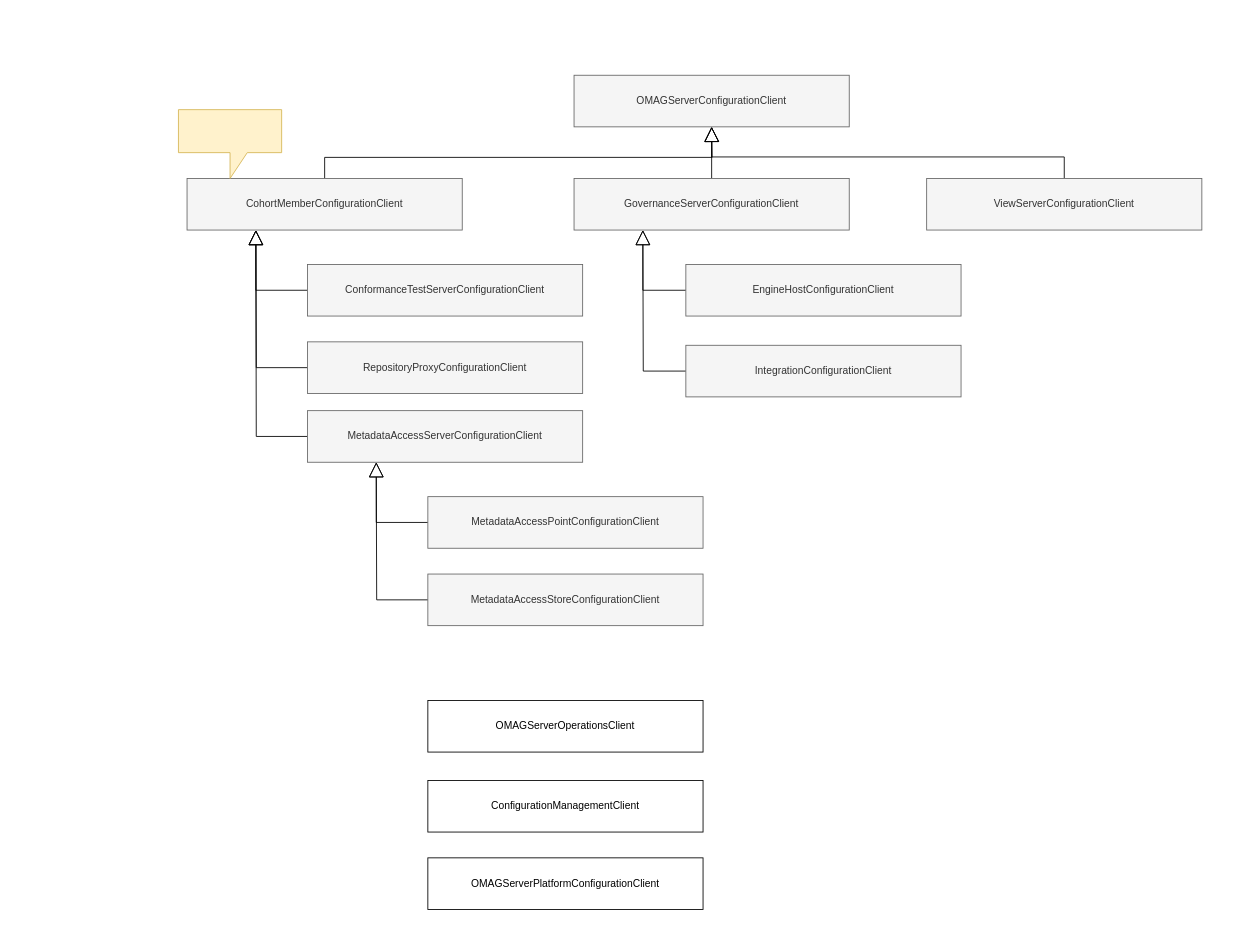
This is site/docs/services/admin-services/admin-services.drawio from odpi/egeria-docs, a draw.io file, before an edit. Source tidied: cells renumbered, new cells numbered last; positions are measured from the earlier drawing's top-left corner, leaving out a move shared by most shapes. Both pictures are drawn from the tidied source at 86%, with x=0, y=0 at pixel (178, 75).
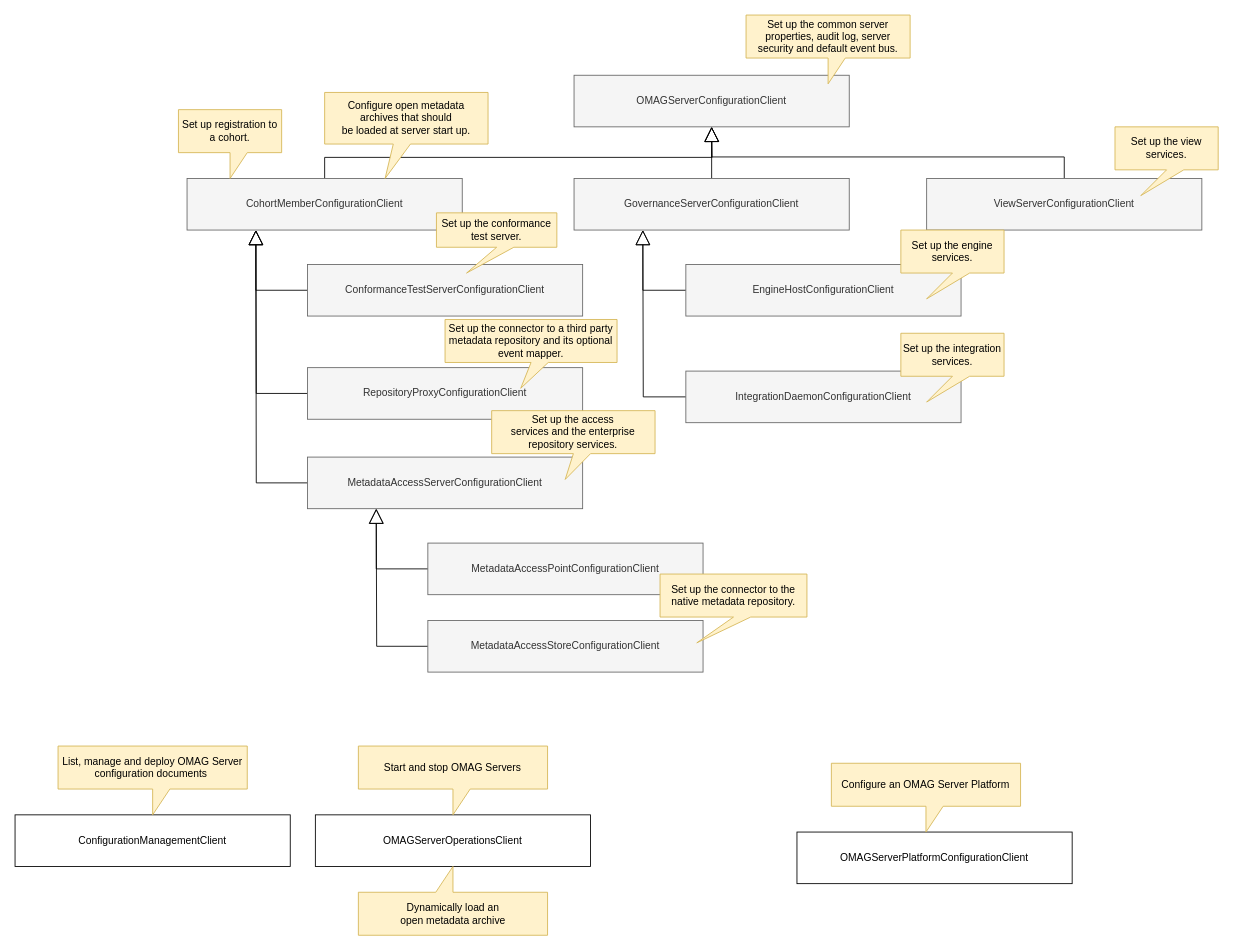
Above is the later version.

The edit, as a diff of the source:
```diff
@@
     <mxCell id="7" value="ConfigurationManagementClient" style="rounded=0;whiteSpace=wrap;html=1;" parent="1" vertex="1">
-      <mxGeometry x="290" y="820" width="320" height="60" as="geometry" />
+      <mxGeometry x="-190" y="860" width="320" height="60" as="geometry" />
     </mxCell>
@@
-    <mxCell id="13" value="IntegrationConfigurationClient" style="rounded=0;whiteSpace=wrap;html=1;fillColor=#f5f5f5;fontColor=#333333;strokeColor=#666666;" parent="1" vertex="1">
-      <mxGeometry x="590" y="314" width="320" height="60" as="geometry" />
+    <mxCell id="13" value="IntegrationDaemonConfigurationClient" style="rounded=0;whiteSpace=wrap;html=1;fillColor=#f5f5f5;fontColor=#333333;strokeColor=#666666;" parent="1" vertex="1">
+      <mxGeometry x="590" y="344" width="320" height="60" as="geometry" />
     </mxCell>
@@
     <mxCell id="15" value="MetadataAccessServerConfigurationClient" style="rounded=0;whiteSpace=wrap;html=1;fillColor=#f5f5f5;fontColor=#333333;strokeColor=#666666;" parent="1" vertex="1">
-      <mxGeometry x="150" y="390" width="320" height="60" as="geometry" />
+      <mxGeometry x="150" y="444" width="320" height="60" as="geometry" />
     </mxCell>
@@
     <mxCell id="17" value="MetadataAccessPointConfigurationClient" style="rounded=0;whiteSpace=wrap;html=1;fillColor=#f5f5f5;fontColor=#333333;strokeColor=#666666;" parent="1" vertex="1">
-      <mxGeometry x="290" y="490" width="320" height="60" as="geometry" />
+      <mxGeometry x="290" y="544" width="320" height="60" as="geometry" />
     </mxCell>
     <mxCell id="18" style="edgeStyle=orthogonalEdgeStyle;rounded=0;jettySize=auto;html=1;exitX=0;exitY=0.5;exitDx=0;exitDy=0;endArrow=block;endFill=0;endSize=15;" parent="1" edge="1" source="19">
       <mxGeometry relative="1" as="geometry">
-        <mxPoint x="230" y="450" as="targetPoint" />
+        <mxPoint x="230" y="504" as="targetPoint" />
       </mxGeometry>
     </mxCell>
     <mxCell id="19" value="MetadataAccessStoreConfigurationClient" style="rounded=0;whiteSpace=wrap;html=1;fillColor=#f5f5f5;fontColor=#333333;strokeColor=#666666;" parent="1" vertex="1">
-      <mxGeometry x="290" y="580" width="320" height="60" as="geometry" />
+      <mxGeometry x="290" y="634" width="320" height="60" as="geometry" />
     </mxCell>
     <mxCell id="20" value="OMAGServerOperationsClient" style="rounded=0;whiteSpace=wrap;html=1;" parent="1" vertex="1">
-      <mxGeometry x="290" y="727" width="320" height="60" as="geometry" />
+      <mxGeometry x="159.2" y="860" width="320" height="60" as="geometry" />
     </mxCell>
     <mxCell id="21" value="OMAGServerPlatformConfigurationClient" style="rounded=0;whiteSpace=wrap;html=1;" parent="1" vertex="1">
-      <mxGeometry x="290" y="910" width="320" height="60" as="geometry" />
+      <mxGeometry x="719.2" y="880" width="320" height="60" as="geometry" />
     </mxCell>
@@
     <mxCell id="23" value="RepositoryProxyConfigurationClient" style="rounded=0;whiteSpace=wrap;html=1;fillColor=#f5f5f5;fontColor=#333333;strokeColor=#666666;" parent="1" vertex="1">
-      <mxGeometry x="150" y="310" width="320" height="60" as="geometry" />
+      <mxGeometry x="150" y="340" width="320" height="60" as="geometry" />
     </mxCell>
@@
-    <mxCell id="26" style="shape=callout;whiteSpace=wrap;html=1;perimeter=calloutPerimeter;fillColor=#fff2cc;strokeColor=#d6b656;" parent="1" vertex="1">
+    <mxCell id="26" value="Set up registration to a cohort." style="shape=callout;whiteSpace=wrap;html=1;perimeter=calloutPerimeter;fillColor=#fff2cc;strokeColor=#d6b656;" parent="1" vertex="1">
       <mxGeometry y="40" width="120" height="80" as="geometry" />
     </mxCell>
+    <mxCell id="27" value="Start and stop OMAG Servers" style="shape=callout;whiteSpace=wrap;html=1;perimeter=calloutPerimeter;fillColor=#fff2cc;strokeColor=#d6b656;" parent="1" vertex="1">
+      <mxGeometry x="209.2" y="780" width="220" height="80" as="geometry" />
+    </mxCell>
+    <mxCell id="28" style="shape=callout;whiteSpace=wrap;html=1;perimeter=calloutPerimeter;fillColor=#fff2cc;strokeColor=#d6b656;rotation=-180;" parent="1" vertex="1">
+      <mxGeometry x="209.2" y="920" width="220" height="80" as="geometry" />
+    </mxCell>
+    <mxCell id="29" value="Dynamically load an&lt;br&gt;open metadata archive" style="text;html=1;align=center;verticalAlign=middle;strokeColor=none;fillColor=none;" parent="1" vertex="1">
+      <mxGeometry x="249.2" y="960" width="140" height="30" as="geometry" />
+    </mxCell>
+    <mxCell id="30" value="List, manage and deploy OMAG Server&lt;br&gt;configuration documents&amp;nbsp;" style="shape=callout;whiteSpace=wrap;html=1;perimeter=calloutPerimeter;fillColor=#fff2cc;strokeColor=#d6b656;" parent="1" vertex="1">
+      <mxGeometry x="-140" y="780" width="220" height="80" as="geometry" />
+    </mxCell>
+    <mxCell id="31" value="Configure an OMAG Server Platform" style="shape=callout;whiteSpace=wrap;html=1;perimeter=calloutPerimeter;fillColor=#fff2cc;strokeColor=#d6b656;" parent="1" vertex="1">
+      <mxGeometry x="759.2" y="800" width="220" height="80" as="geometry" />
+    </mxCell>
+    <mxCell id="32" value="Set up the conformance test server." style="shape=callout;whiteSpace=wrap;html=1;perimeter=calloutPerimeter;fillColor=#fff2cc;strokeColor=#d6b656;position2=0.25;" parent="1" vertex="1">
+      <mxGeometry x="300" y="160" width="140" height="70" as="geometry" />
+    </mxCell>
+    <mxCell id="33" value="Set up the connector to a third party metadata repository and its optional event mapper." style="shape=callout;whiteSpace=wrap;html=1;perimeter=calloutPerimeter;fillColor=#fff2cc;strokeColor=#d6b656;position2=0.44;" parent="1" vertex="1">
+      <mxGeometry x="310" y="284" width="200" height="80" as="geometry" />
+    </mxCell>
+    <mxCell id="34" value="Set up the access&lt;br&gt;services and the enterprise repository services." style="shape=callout;whiteSpace=wrap;html=1;perimeter=calloutPerimeter;fillColor=#fff2cc;strokeColor=#d6b656;position2=0.45;" parent="1" vertex="1">
+      <mxGeometry x="364.2" y="390" width="190" height="80" as="geometry" />
+    </mxCell>
+    <mxCell id="35" value="Set up the engine&lt;br&gt;services." style="shape=callout;whiteSpace=wrap;html=1;perimeter=calloutPerimeter;fillColor=#fff2cc;strokeColor=#d6b656;position2=0.25;" parent="1" vertex="1">
+      <mxGeometry x="840" y="180" width="120" height="80" as="geometry" />
+    </mxCell>
+    <mxCell id="36" value="Set up the integration&lt;br&gt;services." style="shape=callout;whiteSpace=wrap;html=1;perimeter=calloutPerimeter;fillColor=#fff2cc;strokeColor=#d6b656;position2=0.25;" parent="1" vertex="1">
+      <mxGeometry x="840" y="300" width="120" height="80" as="geometry" />
+    </mxCell>
+    <mxCell id="37" value="Set up the view&lt;br&gt;services." style="shape=callout;whiteSpace=wrap;html=1;perimeter=calloutPerimeter;fillColor=#fff2cc;strokeColor=#d6b656;position2=0.25;" parent="1" vertex="1">
+      <mxGeometry x="1089" y="60" width="120" height="80" as="geometry" />
+    </mxCell>
+    <mxCell id="38" value="Set up the connector to the native metadata repository." style="shape=callout;whiteSpace=wrap;html=1;perimeter=calloutPerimeter;fillColor=#fff2cc;strokeColor=#d6b656;position2=0.25;" parent="1" vertex="1">
+      <mxGeometry x="560" y="580" width="170.8" height="80" as="geometry" />
+    </mxCell>
+    <mxCell id="39" value="Set up the common server properties, audit log, server security and default event bus." style="shape=callout;whiteSpace=wrap;html=1;perimeter=calloutPerimeter;fillColor=#fff2cc;strokeColor=#d6b656;" parent="1" vertex="1">
+      <mxGeometry x="660" y="-70" width="190.8" height="80" as="geometry" />
+    </mxCell>
+    <mxCell id="40" value="&lt;span&gt;Configure open metadata&lt;/span&gt;&lt;br&gt;&lt;span&gt;archives that should&lt;/span&gt;&lt;br&gt;&lt;span&gt;be loaded at server start up.&lt;/span&gt;" style="shape=callout;whiteSpace=wrap;html=1;perimeter=calloutPerimeter;fillColor=#fff2cc;strokeColor=#d6b656;position2=0.37;base=20;size=40;position=0.42;" parent="1" vertex="1">
+      <mxGeometry x="170" y="20" width="190" height="100" as="geometry" />
+    </mxCell>
```
